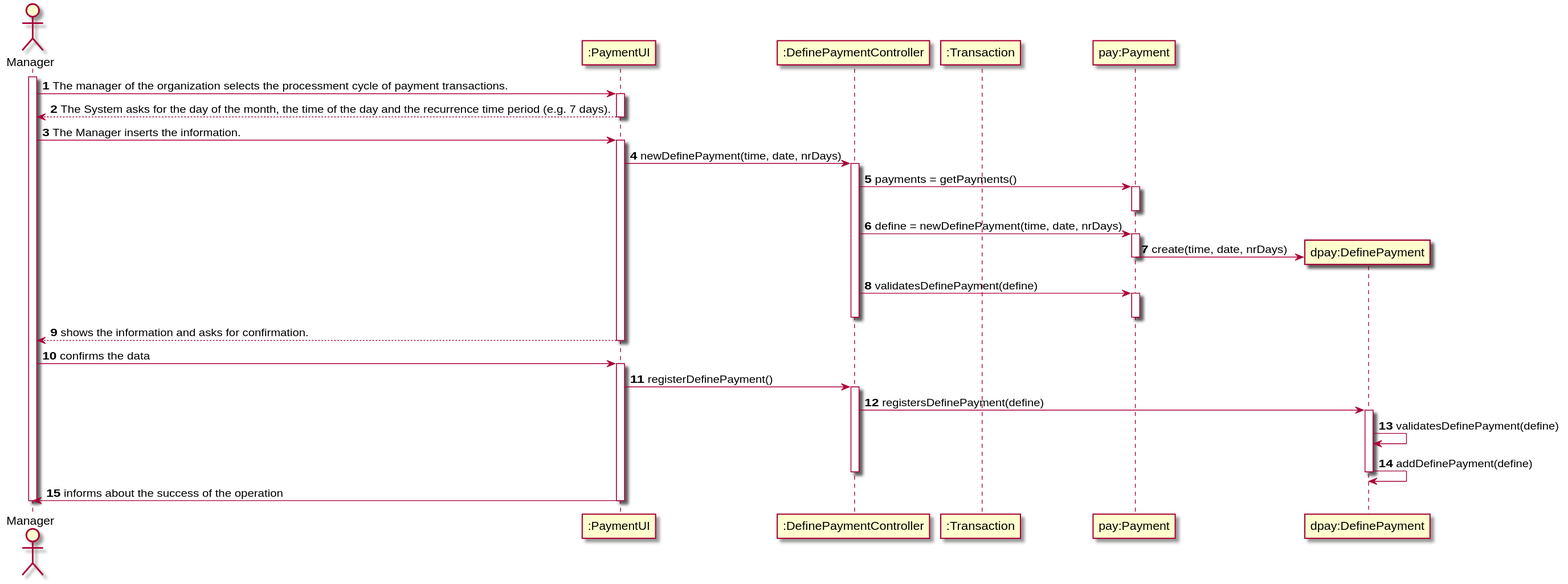
The PlantUML diagram docs/UC6 - Define Payment hour/UC6_SD.svg in 1190452/LAPR2, before a commit.
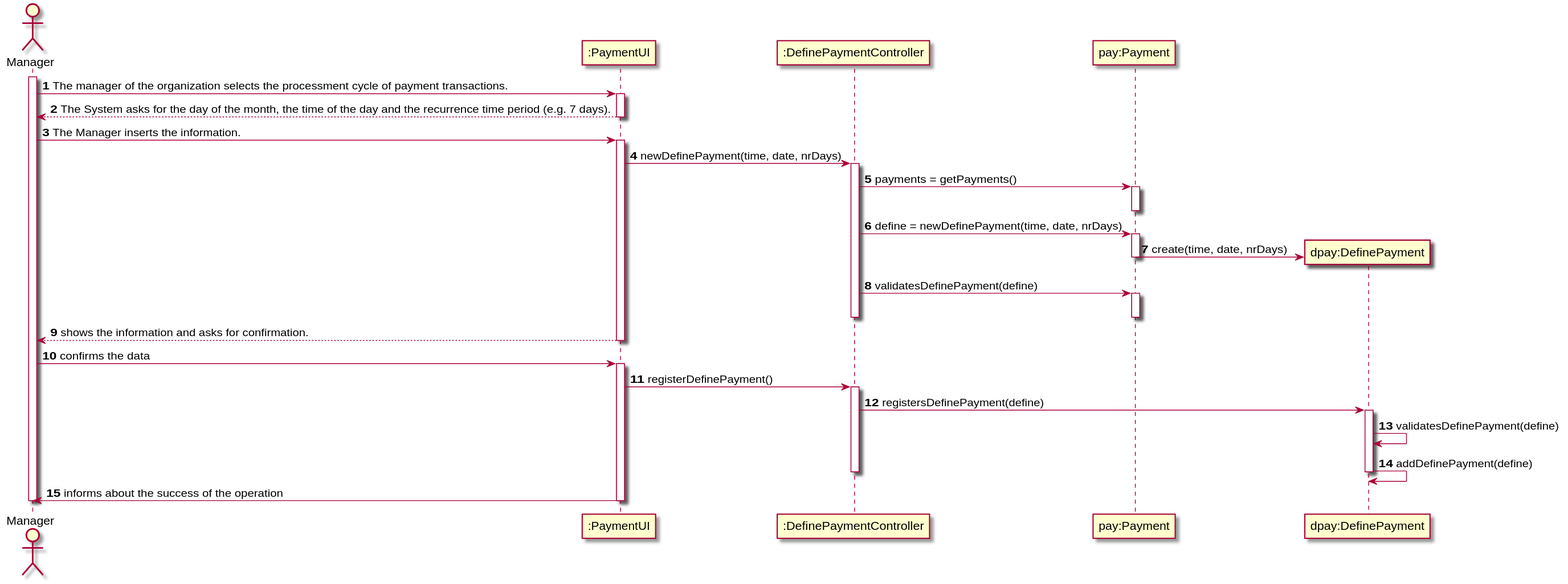
Above is the later version.

The edit, as a diff of the source:
```diff
@@ -4,7 +4,6 @@
 
 participant ":PaymentUI" as UI
 participant ":DefinePaymentController" as CTRL
-participant ":Transaction" as TRAN
 participant "pay:Payment" as PAY
 participant "dpay:DefinePayment" as DPAY
 
```
